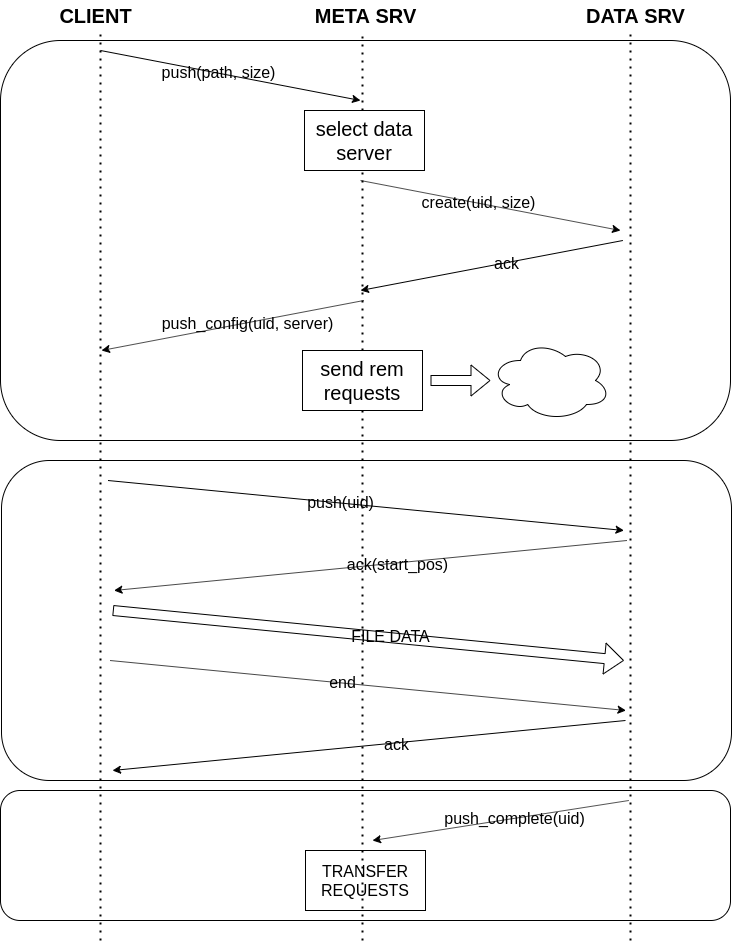
Above: diagrams/requests/push_request.png in ale99WGiais/tesina_iot (draw.io), before the change. Source tidied: cells renumbered, new cells last; positions are measured from the earlier drawing's top-left corner, leaving out a move shared by most shapes.
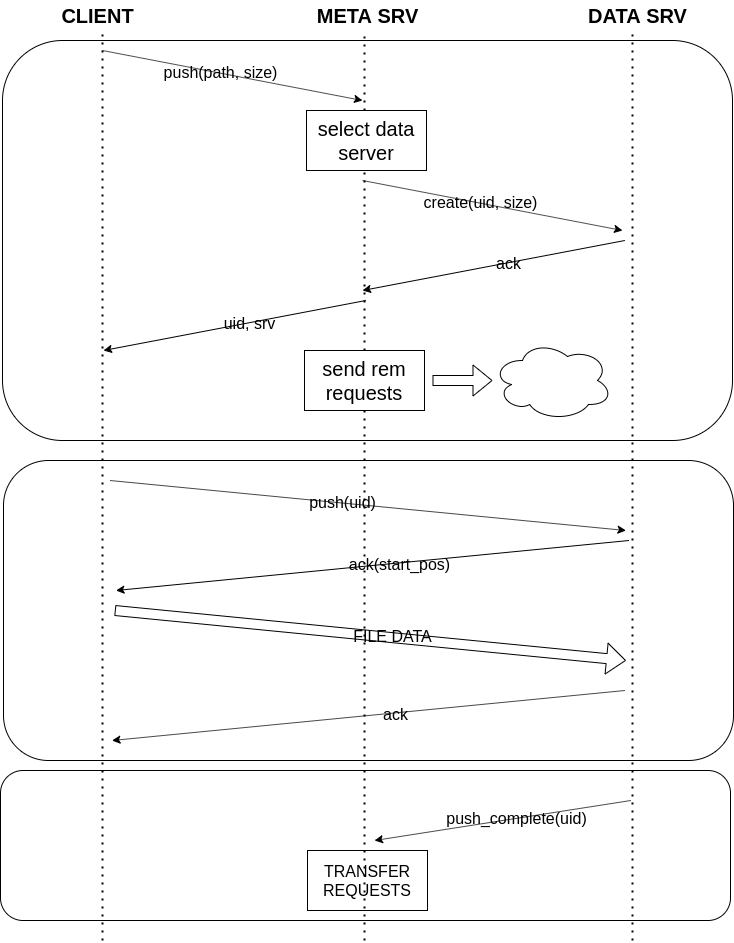
Above is the later version.

Diff of the diagram source:
```diff
@@ -3,10 +3,10 @@
     <mxCell id="0" />
     <mxCell id="1" parent="0" />
     <mxCell id="2" style="rounded=1;whiteSpace=wrap;html=1;fontSize=16;" parent="1" vertex="1">
-      <mxGeometry y="790" width="730" height="130" as="geometry" />
+      <mxGeometry x="-2" y="770" width="730" height="150" as="geometry" />
     </mxCell>
     <mxCell id="3" style="rounded=1;whiteSpace=wrap;html=1;fontSize=16;" parent="1" vertex="1">
-      <mxGeometry x="1" y="460" width="730" height="320" as="geometry" />
+      <mxGeometry x="1" y="460" width="730" height="300" as="geometry" />
     </mxCell>
     <mxCell id="4" style="rounded=1;whiteSpace=wrap;html=1;fontSize=16;" parent="1" vertex="1">
       <mxGeometry y="40" width="730" height="400" as="geometry" />
@@ -58,7 +58,7 @@
         <mxPoint x="101" y="350" as="targetPoint" />
       </mxGeometry>
     </mxCell>
-    <mxCell id="16" value="push_config(uid, server)" style="edgeLabel;html=1;align=center;verticalAlign=middle;fontSize=16;" parent="15" vertex="1">
+    <mxCell id="16" value="uid, srv" style="edgeLabel;html=1;align=center;verticalAlign=middle;fontSize=16;" parent="15" vertex="1">
       <mxGeometry x="-0.11" relative="1" as="geometry" />
     </mxCell>
     <mxCell id="17" style="endArrow=classic;html=1;fontSize=16;" parent="1" edge="1">
@@ -103,19 +103,10 @@
     <mxCell id="25" value="FILE DATA" style="edgeLabel;html=1;align=center;verticalAlign=middle;fontSize=16;" parent="24" vertex="1">
       <mxGeometry x="0.08" y="2" relative="1" as="geometry" />
     </mxCell>
-    <mxCell id="26" style="endArrow=classic;html=1;fontSize=16;" parent="1" edge="1">
-      <mxGeometry relative="1" as="geometry">
-        <mxPoint x="109.5" y="660" as="sourcePoint" />
-        <mxPoint x="625.5" y="710" as="targetPoint" />
-      </mxGeometry>
-    </mxCell>
-    <mxCell id="27" value="&lt;div&gt;end&lt;/div&gt;" style="edgeLabel;html=1;align=center;verticalAlign=middle;fontSize=16;" parent="26" vertex="1">
-      <mxGeometry x="-0.1" y="1" relative="1" as="geometry" />
-    </mxCell>
     <mxCell id="28" style="endArrow=classic;html=1;fontSize=16;" parent="1" edge="1">
       <mxGeometry relative="1" as="geometry">
-        <mxPoint x="625" y="720" as="sourcePoint" />
-        <mxPoint x="112" y="770" as="targetPoint" />
+        <mxPoint x="622.5" y="690" as="sourcePoint" />
+        <mxPoint x="109.5" y="740" as="targetPoint" />
       </mxGeometry>
     </mxCell>
     <mxCell id="29" value="&lt;div&gt;ack&lt;/div&gt;" style="edgeLabel;html=1;align=center;verticalAlign=middle;fontSize=16;" parent="28" vertex="1">
```
